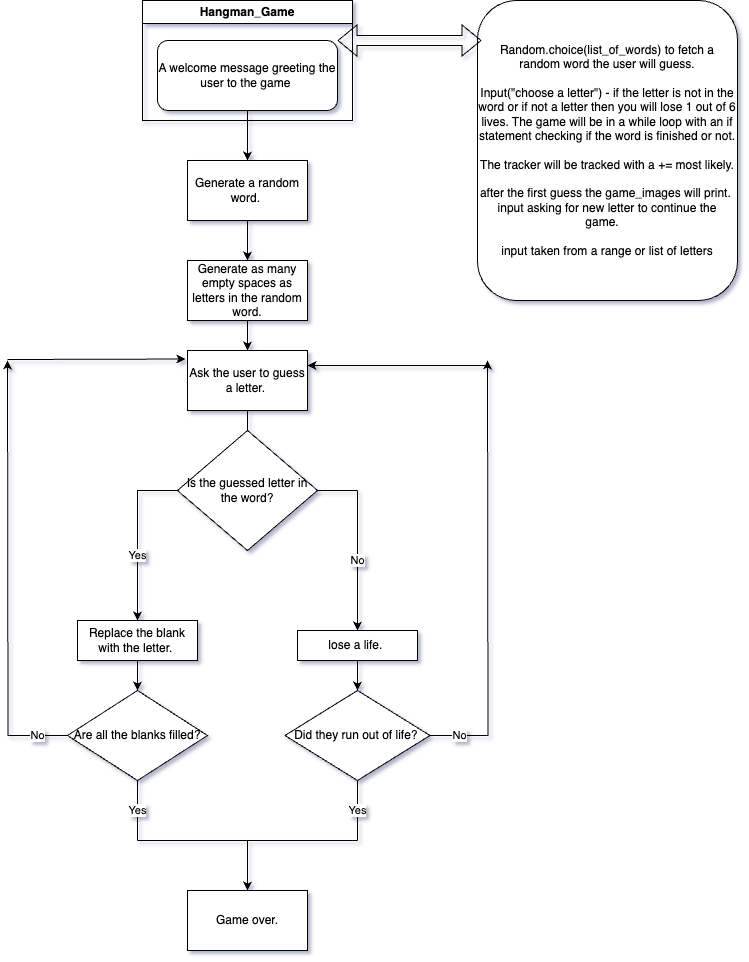
MiLkEE44/Hangman_Game keeps this draw.io diagram as Hangman.drawio.png. Above is the earlier version. Source tidied: cells renumbered, new cells last; positions are measured from the earlier drawing's top-left corner, leaving out a move shared by most shapes. Source of this version:
```xml
<mxGraphModel background="#FFFFFF" shadow="1">
  <root>
    <mxCell id="0" />
    <mxCell id="1" parent="0" />
    <mxCell id="2" value="Hangman_Game" style="swimlane;whiteSpace=wrap;html=1;" parent="1" vertex="1">
      <mxGeometry x="135" width="210" height="120" as="geometry" />
    </mxCell>
    <mxCell id="3" value="Random.choice(list_of_words) to fetch a random word the user will guess.&lt;div&gt;&lt;br&gt;&lt;/div&gt;&lt;div&gt;Input(&quot;choose a letter&quot;) - if the letter is not in the word or if not a letter then you will lose 1 out of 6 lives. The game will be in a while loop with an if statement checking if the word is finished or not.&lt;/div&gt;&lt;div&gt;&lt;br&gt;&lt;/div&gt;&lt;div&gt;The tracker will be tracked with a += most likely.&lt;/div&gt;&lt;div&gt;&lt;br&gt;&lt;/div&gt;&lt;div&gt;after the first guess the game_images will print.&amp;nbsp;&lt;/div&gt;&lt;div&gt;input asking for new letter to continue the game.&amp;nbsp; &amp;nbsp;&lt;/div&gt;&lt;div&gt;&lt;br&gt;&lt;/div&gt;&lt;div&gt;input taken from a range or list of letters&lt;/div&gt;" style="rounded=1;whiteSpace=wrap;html=1;" parent="1" vertex="1">
      <mxGeometry x="470" width="260" height="300" as="geometry" />
    </mxCell>
    <mxCell id="4" value="Generate a random word.&amp;nbsp;" style="rounded=0;whiteSpace=wrap;html=1;" parent="1" vertex="1">
      <mxGeometry x="180" y="160" width="120" height="60" as="geometry" />
    </mxCell>
    <mxCell id="5" style="endArrow=classic;html=1;rounded=0;entryX=0.5;entryY=0;entryDx=0;entryDy=0;exitX=0.5;exitY=1;exitDx=0;exitDy=0;" parent="1" edge="1" source="25" target="4">
      <mxGeometry relative="1" as="geometry" />
    </mxCell>
    <mxCell id="6" value="Generate as many empty spaces as letters in the random word." style="rounded=0;whiteSpace=wrap;html=1;" parent="1" vertex="1">
      <mxGeometry x="180" y="260" width="120" height="60" as="geometry" />
    </mxCell>
    <mxCell id="7" style="endArrow=classic;html=1;rounded=0;exitX=0.5;exitY=1;exitDx=0;exitDy=0;entryX=0.5;entryY=0;entryDx=0;entryDy=0;" parent="1" edge="1" source="4" target="6">
      <mxGeometry relative="1" as="geometry" />
    </mxCell>
    <mxCell id="8" style="edgeStyle=orthogonalEdgeStyle;rounded=0;jettySize=auto;html=1;" parent="1" edge="1" source="9">
      <mxGeometry relative="1" as="geometry">
        <mxPoint x="240" y="450" as="targetPoint" />
      </mxGeometry>
    </mxCell>
    <mxCell id="9" value="Ask the user to guess a letter.&amp;nbsp;" style="rounded=0;whiteSpace=wrap;html=1;" parent="1" vertex="1">
      <mxGeometry x="180" y="350" width="120" height="60" as="geometry" />
    </mxCell>
    <mxCell id="10" style="shape=flexArrow;endArrow=classic;startArrow=classic;html=1;rounded=0;" parent="1" edge="1">
      <mxGeometry relative="1" as="geometry">
        <mxPoint x="330" y="40" as="sourcePoint" />
        <mxPoint x="474" y="40" as="targetPoint" />
      </mxGeometry>
    </mxCell>
    <mxCell id="11" style="endArrow=classic;html=1;rounded=0;exitX=0.5;exitY=1;exitDx=0;exitDy=0;" parent="1" edge="1" source="6" target="9">
      <mxGeometry relative="1" as="geometry" />
    </mxCell>
    <mxCell id="12" value="Is the guessed letter in the word?" style="rhombus;whiteSpace=wrap;html=1;" parent="1" vertex="1">
      <mxGeometry x="170" y="430" width="140" height="120" as="geometry" />
    </mxCell>
    <mxCell id="13" style="endArrow=none;html=1;rounded=0;exitX=0;exitY=0.5;exitDx=0;exitDy=0;" parent="1" edge="1" source="12">
      <mxGeometry relative="1" as="geometry">
        <mxPoint x="130" y="560" as="targetPoint" />
        <Array as="points">
          <mxPoint x="130" y="490" />
        </Array>
      </mxGeometry>
    </mxCell>
    <mxCell id="14" style="endArrow=none;html=1;rounded=0;exitX=1;exitY=0.5;exitDx=0;exitDy=0;" parent="1" edge="1" source="12">
      <mxGeometry relative="1" as="geometry">
        <mxPoint x="350" y="490" as="targetPoint" />
        <Array as="points">
          <mxPoint x="340" y="490" />
        </Array>
      </mxGeometry>
    </mxCell>
    <mxCell id="15" value="No" style="endArrow=classic;html=1;rounded=0;" parent="1" edge="1" target="18">
      <mxGeometry relative="1" as="geometry">
        <mxPoint x="350" y="490" as="sourcePoint" />
      </mxGeometry>
    </mxCell>
    <mxCell id="16" value="Yes" style="endArrow=classic;html=1;rounded=0;" parent="1" edge="1" target="17">
      <mxGeometry relative="1" as="geometry">
        <mxPoint x="130" y="490" as="sourcePoint" />
      </mxGeometry>
    </mxCell>
    <mxCell id="17" value="Replace the blank with the letter.&amp;nbsp;" style="rounded=0;whiteSpace=wrap;html=1;" parent="1" vertex="1">
      <mxGeometry x="70" y="620" width="120" height="40" as="geometry" />
    </mxCell>
    <mxCell id="18" value="lose a life.&amp;nbsp;" style="rounded=0;whiteSpace=wrap;html=1;" parent="1" vertex="1">
      <mxGeometry x="290" y="630" width="120" height="30" as="geometry" />
    </mxCell>
    <mxCell id="19" style="endArrow=classic;html=1;rounded=0;exitX=0.5;exitY=1;exitDx=0;exitDy=0;" parent="1" edge="1" source="17" target="22">
      <mxGeometry relative="1" as="geometry" />
    </mxCell>
    <mxCell id="20" style="endArrow=classic;html=1;rounded=0;exitX=0.5;exitY=1;exitDx=0;exitDy=0;" parent="1" edge="1" source="18" target="24">
      <mxGeometry relative="1" as="geometry" />
    </mxCell>
    <mxCell id="21" style="edgeStyle=orthogonalEdgeStyle;rounded=0;jettySize=auto;html=1;" parent="1" edge="1" source="22">
      <mxGeometry relative="1" as="geometry">
        <mxPoint y="360" as="targetPoint" />
      </mxGeometry>
    </mxCell>
    <mxCell id="22" value="Are all the blanks filled?" style="rhombus;whiteSpace=wrap;html=1;" parent="1" vertex="1">
      <mxGeometry x="60" y="690" width="140" height="90" as="geometry" />
    </mxCell>
    <mxCell id="23" style="edgeStyle=orthogonalEdgeStyle;rounded=0;jettySize=auto;html=1;" parent="1" edge="1" source="24">
      <mxGeometry relative="1" as="geometry">
        <mxPoint x="480" y="360" as="targetPoint" />
      </mxGeometry>
    </mxCell>
    <mxCell id="24" value="Did they run out of life?&amp;nbsp;" style="rhombus;whiteSpace=wrap;html=1;" parent="1" vertex="1">
      <mxGeometry x="277.5" y="690" width="145" height="90" as="geometry" />
    </mxCell>
    <mxCell id="25" value="A welcome message greeting the user to the game&amp;nbsp;" style="rounded=1;whiteSpace=wrap;html=1;fontSize=12;glass=0;strokeWidth=1;shadow=0;" parent="1" vertex="1">
      <mxGeometry x="150" y="40" width="180" height="70" as="geometry" />
    </mxCell>
    <mxCell id="26" style="edgeStyle=orthogonalEdgeStyle;rounded=0;orthogonalLoop=1;jettySize=auto;html=1;exitX=0.5;exitY=1;exitDx=0;exitDy=0;" parent="1" edge="1" source="18" target="18">
      <mxGeometry relative="1" as="geometry" />
    </mxCell>
    <mxCell id="27" style="endArrow=classic;html=1;rounded=0;entryX=1;entryY=0.25;entryDx=0;entryDy=0;" parent="1" edge="1" target="9">
      <mxGeometry relative="1" as="geometry">
        <mxPoint x="480" y="365" as="sourcePoint" />
      </mxGeometry>
    </mxCell>
    <mxCell id="28" style="endArrow=classic;html=1;rounded=0;entryX=-0.017;entryY=0.142;entryDx=0;entryDy=0;entryPerimeter=0;" parent="1" edge="1" target="9">
      <mxGeometry relative="1" as="geometry">
        <mxPoint y="359" as="sourcePoint" />
      </mxGeometry>
    </mxCell>
    <mxCell id="29" value="No" style="endArrow=none;html=1;rounded=0;exitX=0;exitY=0.5;exitDx=0;exitDy=0;" parent="1" edge="1" source="22">
      <mxGeometry relative="1" as="geometry">
        <mxPoint y="735" as="targetPoint" />
      </mxGeometry>
    </mxCell>
    <mxCell id="30" value="No" style="endArrow=none;html=1;rounded=0;exitX=1;exitY=0.5;exitDx=0;exitDy=0;" parent="1" edge="1" source="24">
      <mxGeometry relative="1" as="geometry">
        <mxPoint x="480" y="735" as="targetPoint" />
      </mxGeometry>
    </mxCell>
    <mxCell id="31" value="Yes" style="endArrow=none;html=1;rounded=0;exitX=0.5;exitY=1;exitDx=0;exitDy=0;" parent="1" edge="1" source="22">
      <mxGeometry relative="1" as="geometry">
        <mxPoint x="130" y="840" as="targetPoint" />
      </mxGeometry>
    </mxCell>
    <mxCell id="32" value="Yes" style="endArrow=none;html=1;rounded=0;exitX=0.5;exitY=1;exitDx=0;exitDy=0;" parent="1" edge="1" source="24">
      <mxGeometry relative="1" as="geometry">
        <mxPoint x="350" y="840" as="targetPoint" />
      </mxGeometry>
    </mxCell>
    <mxCell id="33" style="endArrow=none;html=1;rounded=0;" parent="1" edge="1">
      <mxGeometry relative="1" as="geometry">
        <mxPoint x="130" y="840" as="sourcePoint" />
        <mxPoint x="350" y="840" as="targetPoint" />
      </mxGeometry>
    </mxCell>
    <mxCell id="34" style="endArrow=classic;html=1;rounded=0;" parent="1" edge="1" target="35">
      <mxGeometry relative="1" as="geometry">
        <mxPoint x="240" y="840" as="sourcePoint" />
      </mxGeometry>
    </mxCell>
    <mxCell id="35" value="Game over." style="rounded=0;whiteSpace=wrap;html=1;" parent="1" vertex="1">
      <mxGeometry x="180" y="890" width="120" height="60" as="geometry" />
    </mxCell>
  </root>
</mxGraphModel>
```
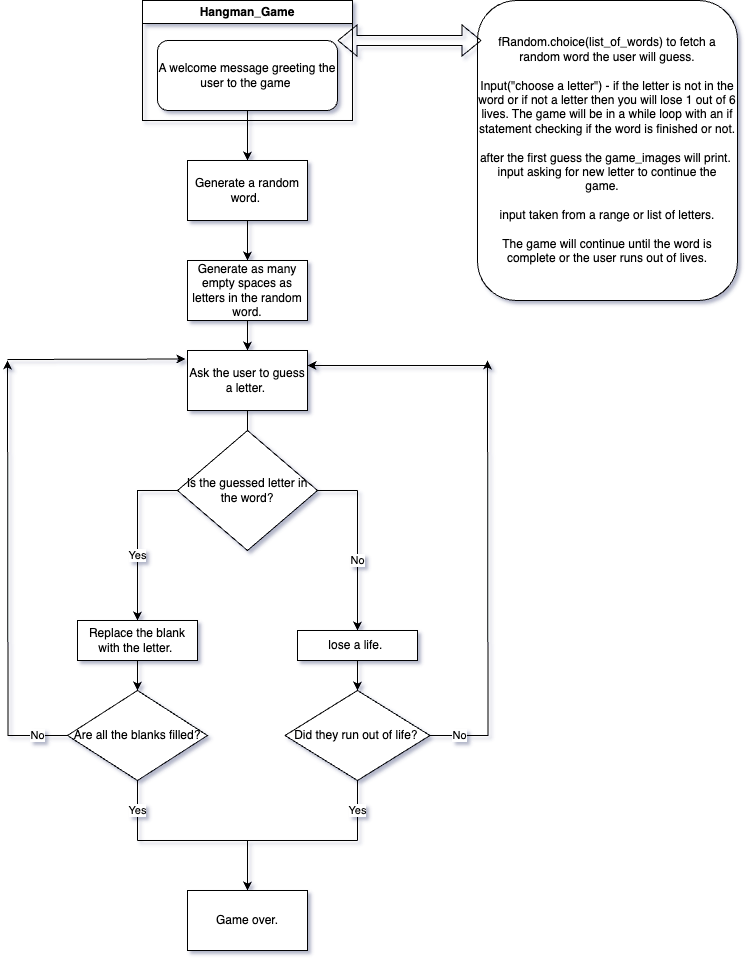
After the commit.

Change to the diagram source:
```diff
@@ -5,7 +5,7 @@
     <mxCell id="2" value="Hangman_Game" style="swimlane;whiteSpace=wrap;html=1;" parent="1" vertex="1">
       <mxGeometry x="135" width="210" height="120" as="geometry" />
     </mxCell>
-    <mxCell id="3" value="Random.choice(list_of_words) to fetch a random word the user will guess.&lt;div&gt;&lt;br&gt;&lt;/div&gt;&lt;div&gt;Input(&quot;choose a letter&quot;) - if the letter is not in the word or if not a letter then you will lose 1 out of 6 lives. The game will be in a while loop with an if statement checking if the word is finished or not.&lt;/div&gt;&lt;div&gt;&lt;br&gt;&lt;/div&gt;&lt;div&gt;The tracker will be tracked with a += most likely.&lt;/div&gt;&lt;div&gt;&lt;br&gt;&lt;/div&gt;&lt;div&gt;after the first guess the game_images will print.&amp;nbsp;&lt;/div&gt;&lt;div&gt;input asking for new letter to continue the game.&amp;nbsp; &amp;nbsp;&lt;/div&gt;&lt;div&gt;&lt;br&gt;&lt;/div&gt;&lt;div&gt;input taken from a range or list of letters&lt;/div&gt;" style="rounded=1;whiteSpace=wrap;html=1;" parent="1" vertex="1">
+    <mxCell id="3" value="fRandom.choice(list_of_words) to fetch a random word the user will guess.&lt;div&gt;&lt;br&gt;&lt;/div&gt;&lt;div&gt;Input(&quot;choose a letter&quot;) - if the letter is not in the word or if not a letter then you will lose 1 out of 6 lives. The game will be in a while loop with an if statement checking if the word is finished or not.&lt;/div&gt;&lt;div&gt;&lt;br&gt;&lt;/div&gt;&lt;div&gt;after the first guess the game_images will print.&amp;nbsp;&lt;/div&gt;&lt;div&gt;input asking for new letter to continue the game.&amp;nbsp; &amp;nbsp;&lt;/div&gt;&lt;div&gt;&lt;br&gt;&lt;/div&gt;&lt;div&gt;input taken from a range or list of letters.&lt;/div&gt;&lt;div&gt;&lt;br&gt;&lt;/div&gt;&lt;div&gt;The game will continue until the word is complete or the user runs out of lives.&lt;/div&gt;" style="rounded=1;whiteSpace=wrap;html=1;" parent="1" vertex="1">
       <mxGeometry x="470" width="260" height="300" as="geometry" />
     </mxCell>
     <mxCell id="4" value="Generate a random word.&amp;nbsp;" style="rounded=0;whiteSpace=wrap;html=1;" parent="1" vertex="1">
```
